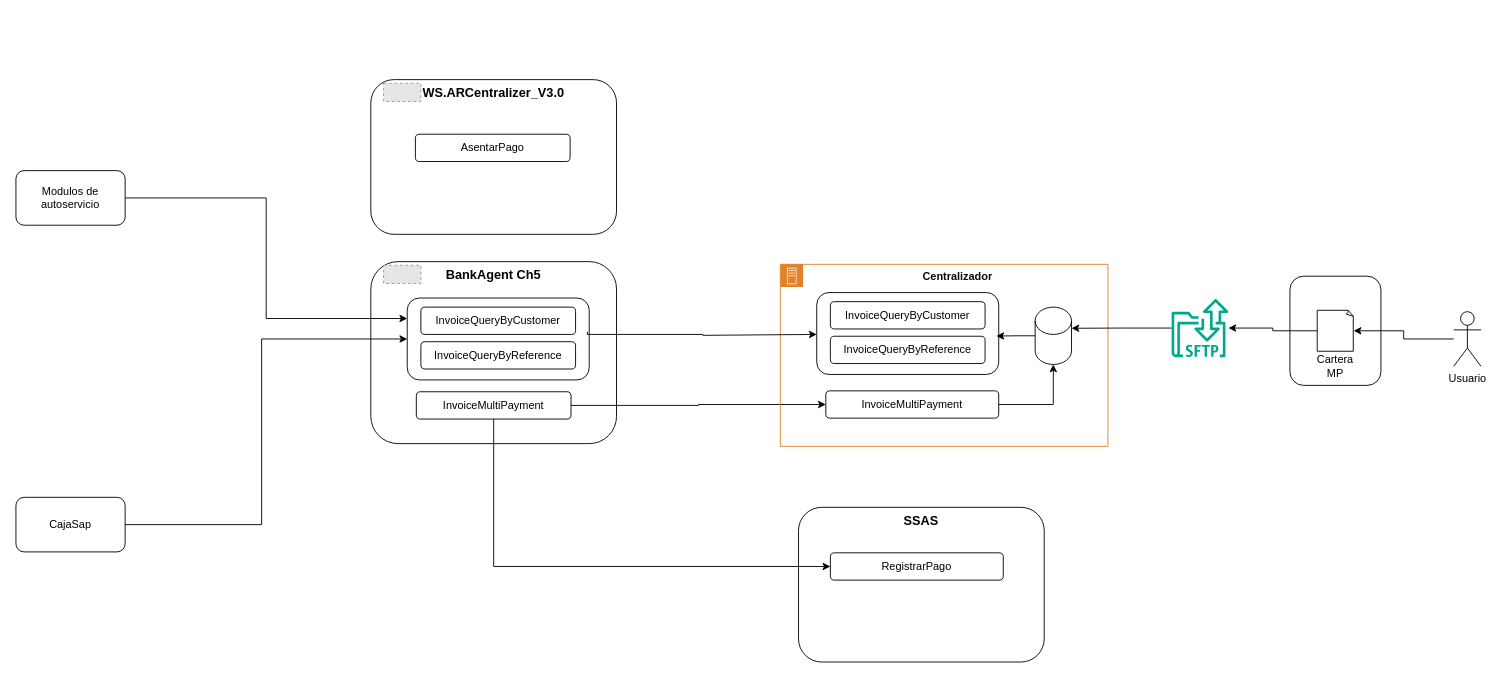
Earlier version of the draw.io diagram MedicinaPrepagada.drawio (carlosvalderrama1204/diagrams). Source tidied: cells renumbered, new cells numbered last; positions are measured from the earlier drawing's top-left corner, leaving out a move shared by most shapes. Both pictures are drawn from the tidied source at 91%, with x=0, y=0 at pixel (15, 79). Pictures stored in the file or linked from it are replaced by grey dashed boxes.
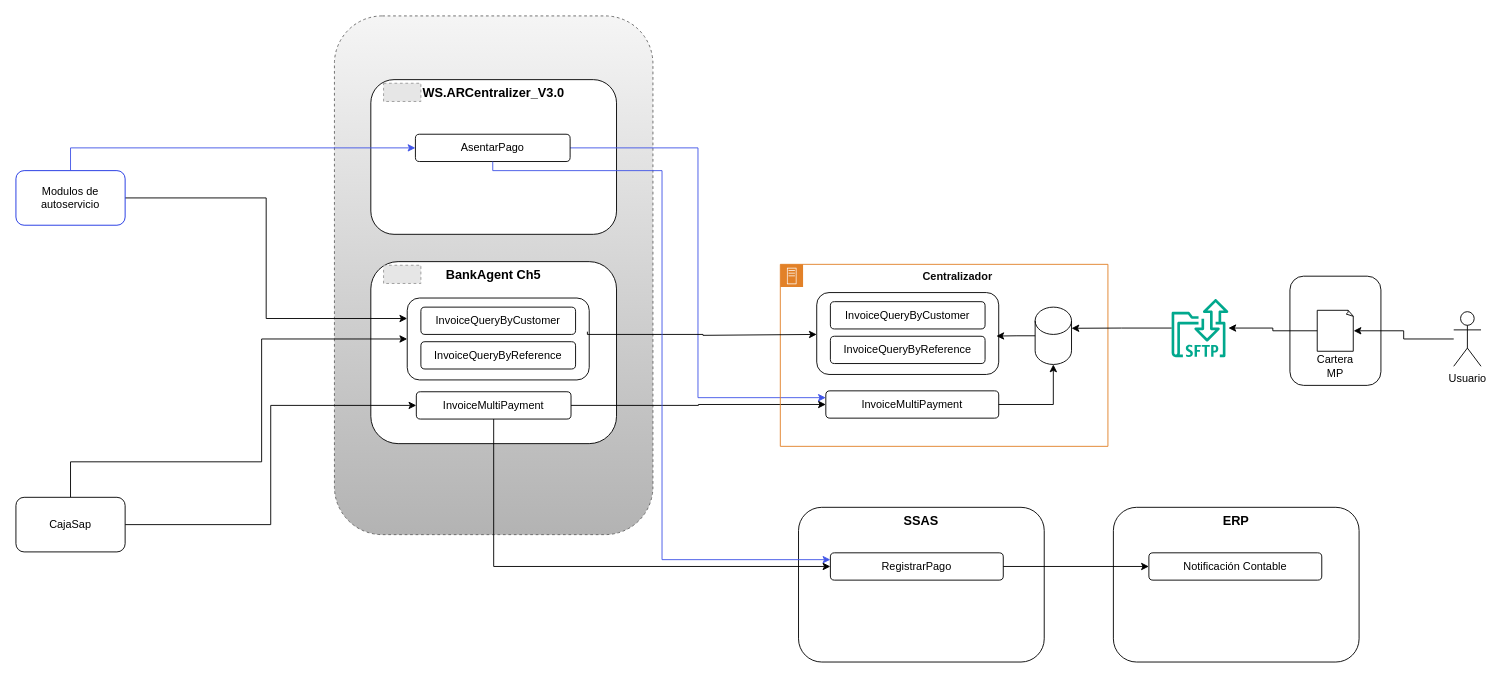
The same diagram, later.

The change refers to these unchanged cells:
```xml
<mxCell id="3" style="rounded=1;whiteSpace=wrap;html=1;" parent="1" vertex="1">
  <mxGeometry x="430" y="240" width="200" height="90" as="geometry" />
</mxCell>
<mxCell id="6" value="InvoiceMultiPayment" style="rounded=1;whiteSpace=wrap;html=1;" parent="1" vertex="1">
  <mxGeometry x="440" y="343" width="170" height="30" as="geometry" />
</mxCell>
<mxCell id="12" value="CajaSap" style="rounded=1;whiteSpace=wrap;html=1;" parent="1" vertex="1">
  <mxGeometry y="459" width="120" height="60" as="geometry" />
</mxCell>
<mxCell id="15" value="AsentarPago" style="rounded=1;whiteSpace=wrap;html=1;" parent="1" vertex="1">
  <mxGeometry x="439" y="60" width="170" height="30" as="geometry" />
</mxCell>
<mxCell id="19" value="InvoiceMultiPayment" style="rounded=1;whiteSpace=wrap;html=1;" parent="1" vertex="1">
  <mxGeometry x="890" y="342" width="190" height="30" as="geometry" />
</mxCell>
<mxCell id="34" value="RegistrarPago" style="rounded=1;whiteSpace=wrap;html=1;" parent="1" vertex="1">
  <mxGeometry x="895" y="520" width="190" height="30" as="geometry" />
</mxCell>
```

The edit, as a diff of the source:
```diff
@@
+    <mxCell id="36" style="rounded=1;whiteSpace=wrap;html=1;dashed=1;fillColor=#f5f5f5;strokeColor=#666666;gradientColor=#b3b3b3;" parent="1" vertex="1">
+      <mxGeometry x="350" y="-70" width="350" height="570" as="geometry" />
+    </mxCell>
@@
-    <mxCell id="10" value="Modulos de autoservicio" style="rounded=1;whiteSpace=wrap;html=1;" parent="1" vertex="1">
+    <mxCell id="10" value="Modulos de autoservicio" style="rounded=1;whiteSpace=wrap;html=1;strokeColor=light-dark(#182fe2, #ededed);" parent="1" vertex="1">
       <mxGeometry y="100" width="120" height="60" as="geometry" />
     </mxCell>
-    <mxCell id="11" style="edgeStyle=orthogonalEdgeStyle;rounded=0;jettySize=auto;html=1;" parent="1" edge="1" source="12" target="3">
+    <mxCell id="11" style="edgeStyle=orthogonalEdgeStyle;rounded=0;jettySize=auto;html=1;exitX=0.5;exitY=0;exitDx=0;exitDy=0;" parent="1" edge="1" source="12" target="3">
       <mxGeometry relative="1" as="geometry">
         <Array as="points">
-          <mxPoint x="270" y="489" />
+          <mxPoint x="60" y="420" />
+          <mxPoint x="270" y="420" />
           <mxPoint x="270" y="285" />
         </Array>
       </mxGeometry>
     </mxCell>
+    <mxCell id="37" style="edgeStyle=orthogonalEdgeStyle;rounded=0;jettySize=auto;html=1;entryX=0;entryY=0.5;entryDx=0;entryDy=0;" parent="1" edge="1" source="12" target="6">
+      <mxGeometry relative="1" as="geometry" />
+    </mxCell>
@@
+    <mxCell id="38" style="edgeStyle=orthogonalEdgeStyle;rounded=0;jettySize=auto;html=1;entryX=0;entryY=0.25;entryDx=0;entryDy=0;strokeColor=light-dark(#4154e7, #ededed);" parent="1" edge="1" source="15" target="19">
+      <mxGeometry relative="1" as="geometry" />
+    </mxCell>
@@
+    <mxCell id="39" style="edgeStyle=orthogonalEdgeStyle;rounded=0;jettySize=auto;html=1;entryX=0;entryY=0.5;entryDx=0;entryDy=0;strokeColor=light-dark(#4154e7, #ededed);" parent="1" edge="1" source="10" target="15">
+      <mxGeometry relative="1" as="geometry">
+        <Array as="points">
+          <mxPoint x="60" y="75" />
+        </Array>
+      </mxGeometry>
+    </mxCell>
+    <mxCell id="40" style="edgeStyle=orthogonalEdgeStyle;rounded=0;jettySize=auto;html=1;entryX=0;entryY=0.25;entryDx=0;entryDy=0;strokeColor=light-dark(#4154e7, #ededed);" parent="1" edge="1" source="15" target="34">
+      <mxGeometry relative="1" as="geometry">
+        <Array as="points">
+          <mxPoint x="524" y="100" />
+          <mxPoint x="710" y="100" />
+          <mxPoint x="710" y="528" />
+        </Array>
+      </mxGeometry>
+    </mxCell>
+    <mxCell id="41" value="ERP" style="rounded=1;whiteSpace=wrap;html=1;verticalAlign=top;fontStyle=1;fontSize=14;" parent="1" vertex="1">
+      <mxGeometry x="1206" y="470" width="270" height="170" as="geometry" />
+    </mxCell>
+    <mxCell id="42" value="Notificación Contable" style="rounded=1;whiteSpace=wrap;html=1;" parent="1" vertex="1">
+      <mxGeometry x="1245" y="520" width="190" height="30" as="geometry" />
+    </mxCell>
+    <mxCell id="43" style="edgeStyle=orthogonalEdgeStyle;rounded=0;jettySize=auto;html=1;entryX=0;entryY=0.5;entryDx=0;entryDy=0;" parent="1" edge="1" source="34" target="42">
+      <mxGeometry relative="1" as="geometry" />
+    </mxCell>
```
